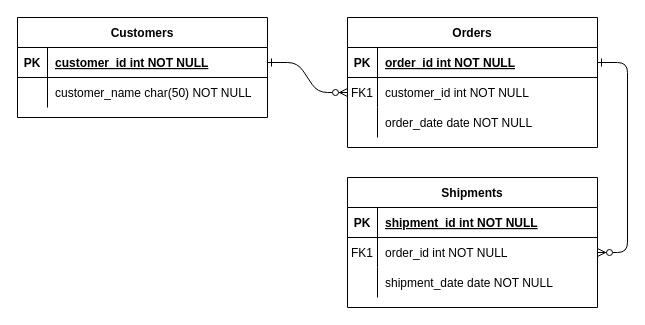
Adithya0604/CDBMS keeps this draw.io diagram as Untitled Diagram.drawio. Above is the earlier version. Source tidied: cells renumbered, new cells numbered last; positions are measured from the earlier drawing's top-left corner, leaving out a move shared by most shapes. Both pictures are drawn from the tidied source at 100%, with x=0, y=0 at pixel (17, 17).
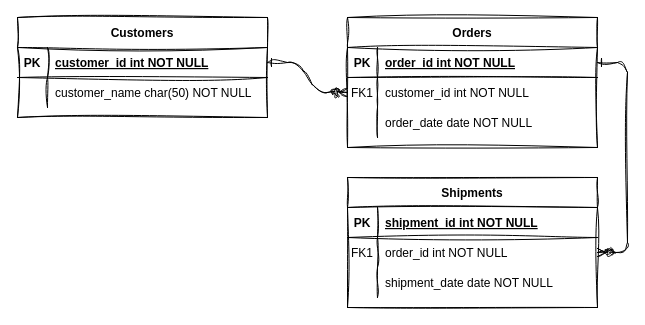
Above is the later version.

Change to the diagram source:
```diff
@@
-    <mxCell id="2" style="edgeStyle=entityRelationEdgeStyle;endArrow=ERzeroToMany;startArrow=ERone;endFill=1;startFill=0;" parent="1" edge="1" source="25" target="8">
+    <mxCell id="2" style="edgeStyle=entityRelationEdgeStyle;endArrow=ERzeroToMany;startArrow=ERone;endFill=1;startFill=0;sketch=1;curveFitting=1;jiggle=2;" parent="1" edge="1" source="25" target="8">
       <mxGeometry relative="1" as="geometry" />
     </mxCell>
-    <mxCell id="3" style="edgeStyle=entityRelationEdgeStyle;endArrow=ERzeroToMany;startArrow=ERone;endFill=1;startFill=0;" parent="1" edge="1" source="5" target="18">
+    <mxCell id="3" style="edgeStyle=entityRelationEdgeStyle;endArrow=ERzeroToMany;startArrow=ERone;endFill=1;startFill=0;sketch=1;curveFitting=1;jiggle=2;" parent="1" edge="1" source="5" target="18">
       <mxGeometry relative="1" as="geometry" />
     </mxCell>
-    <mxCell id="4" value="Orders" style="shape=table;startSize=30;childLayout=tableLayout;rowLines=0;fontStyle=1;align=center;" parent="1" vertex="1">
+    <mxCell id="4" value="Orders" style="shape=table;startSize=30;childLayout=tableLayout;rowLines=0;fontStyle=1;align=center;sketch=1;curveFitting=1;jiggle=2;" parent="1" vertex="1">
       <mxGeometry x="330" width="250" height="130" as="geometry" />
     </mxCell>
-    <mxCell id="5" style="shape=partialRectangle;fillColor=none;points=[[0,0.5],[1,0.5]];portConstraint=eastwest;top=0;left=0;right=0;bottom=1;" parent="4" vertex="1">
+    <mxCell id="5" style="shape=partialRectangle;fillColor=none;points=[[0,0.5],[1,0.5]];portConstraint=eastwest;top=0;left=0;right=0;bottom=1;sketch=1;curveFitting=1;jiggle=2;" parent="4" vertex="1">
       <mxGeometry y="30" width="250" height="30" as="geometry" />
     </mxCell>
-    <mxCell id="6" value="PK" style="shape=partialRectangle;overflow=hidden;fillColor=none;top=0;left=0;bottom=0;right=0;fontStyle=1;" parent="5" vertex="1">
+    <mxCell id="6" value="PK" style="shape=partialRectangle;overflow=hidden;fillColor=none;top=0;left=0;bottom=0;right=0;fontStyle=1;sketch=1;curveFitting=1;jiggle=2;" parent="5" vertex="1">
       <mxGeometry width="30" height="30" as="geometry" />
     </mxCell>
-    <mxCell id="7" value="order_id int NOT NULL " style="shape=partialRectangle;overflow=hidden;fillColor=none;top=0;left=0;bottom=0;right=0;align=left;spacingLeft=6;fontStyle=5;" parent="5" vertex="1">
+    <mxCell id="7" value="order_id int NOT NULL " style="shape=partialRectangle;overflow=hidden;fillColor=none;top=0;left=0;bottom=0;right=0;align=left;spacingLeft=6;fontStyle=5;sketch=1;curveFitting=1;jiggle=2;" parent="5" vertex="1">
       <mxGeometry x="30" width="220" height="30" as="geometry" />
     </mxCell>
-    <mxCell id="8" style="shape=partialRectangle;fillColor=none;points=[[0,0.5],[1,0.5]];portConstraint=eastwest;top=0;left=0;right=0;bottom=0;" parent="4" vertex="1">
+    <mxCell id="8" style="shape=partialRectangle;fillColor=none;points=[[0,0.5],[1,0.5]];portConstraint=eastwest;top=0;left=0;right=0;bottom=0;sketch=1;curveFitting=1;jiggle=2;" parent="4" vertex="1">
       <mxGeometry y="60" width="250" height="30" as="geometry" />
     </mxCell>
-    <mxCell id="9" value="FK1" style="shape=partialRectangle;overflow=hidden;fillColor=none;top=0;left=0;bottom=0;right=0;" parent="8" vertex="1">
+    <mxCell id="9" value="FK1" style="shape=partialRectangle;overflow=hidden;fillColor=none;top=0;left=0;bottom=0;right=0;sketch=1;curveFitting=1;jiggle=2;" parent="8" vertex="1">
       <mxGeometry width="30" height="30" as="geometry" />
     </mxCell>
-    <mxCell id="10" value="customer_id int NOT NULL" style="shape=partialRectangle;overflow=hidden;fillColor=none;top=0;left=0;bottom=0;right=0;align=left;spacingLeft=6;" parent="8" vertex="1">
+    <mxCell id="10" value="customer_id int NOT NULL" style="shape=partialRectangle;overflow=hidden;fillColor=none;top=0;left=0;bottom=0;right=0;align=left;spacingLeft=6;sketch=1;curveFitting=1;jiggle=2;" parent="8" vertex="1">
       <mxGeometry x="30" width="220" height="30" as="geometry" />
     </mxCell>
-    <mxCell id="11" style="shape=partialRectangle;fillColor=none;top=0;left=0;right=0;bottom=0;" parent="4" vertex="1">
+    <mxCell id="11" style="shape=partialRectangle;fillColor=none;top=0;left=0;right=0;bottom=0;sketch=1;curveFitting=1;jiggle=2;" parent="4" vertex="1">
       <mxGeometry y="90" width="250" height="30" as="geometry" />
     </mxCell>
-    <mxCell id="12" style="shape=partialRectangle;overflow=hidden;fillColor=none;top=0;left=0;bottom=0;right=0;" parent="11" vertex="1">
+    <mxCell id="12" style="shape=partialRectangle;overflow=hidden;fillColor=none;top=0;left=0;bottom=0;right=0;sketch=1;curveFitting=1;jiggle=2;" parent="11" vertex="1">
       <mxGeometry width="30" height="30" as="geometry" />
     </mxCell>
-    <mxCell id="13" value="order_date date NOT NULL" style="shape=partialRectangle;overflow=hidden;fillColor=none;top=0;left=0;bottom=0;right=0;align=left;spacingLeft=6;" parent="11" vertex="1">
+    <mxCell id="13" value="order_date date NOT NULL" style="shape=partialRectangle;overflow=hidden;fillColor=none;top=0;left=0;bottom=0;right=0;align=left;spacingLeft=6;sketch=1;curveFitting=1;jiggle=2;" parent="11" vertex="1">
       <mxGeometry x="30" width="220" height="30" as="geometry" />
     </mxCell>
-    <mxCell id="14" value="Shipments" style="shape=table;startSize=30;childLayout=tableLayout;rowLines=0;fontStyle=1;align=center;" parent="1" vertex="1">
+    <mxCell id="14" value="Shipments" style="shape=table;startSize=30;childLayout=tableLayout;rowLines=0;fontStyle=1;align=center;sketch=1;curveFitting=1;jiggle=2;" parent="1" vertex="1">
       <mxGeometry x="330" y="160" width="250" height="130" as="geometry" />
     </mxCell>
-    <mxCell id="15" style="shape=partialRectangle;fillColor=none;top=0;left=0;right=0;bottom=1;" parent="14" vertex="1">
+    <mxCell id="15" style="shape=partialRectangle;fillColor=none;top=0;left=0;right=0;bottom=1;sketch=1;curveFitting=1;jiggle=2;" parent="14" vertex="1">
       <mxGeometry y="30" width="250" height="30" as="geometry" />
     </mxCell>
-    <mxCell id="16" value="PK" style="shape=partialRectangle;overflow=hidden;fillColor=none;top=0;left=0;bottom=0;right=0;fontStyle=1;" parent="15" vertex="1">
+    <mxCell id="16" value="PK" style="shape=partialRectangle;overflow=hidden;fillColor=none;top=0;left=0;bottom=0;right=0;fontStyle=1;sketch=1;curveFitting=1;jiggle=2;" parent="15" vertex="1">
       <mxGeometry width="30" height="30" as="geometry" />
     </mxCell>
-    <mxCell id="17" value="shipment_id int NOT NULL " style="shape=partialRectangle;overflow=hidden;fillColor=none;top=0;left=0;bottom=0;right=0;align=left;spacingLeft=6;fontStyle=5;" parent="15" vertex="1">
+    <mxCell id="17" value="shipment_id int NOT NULL " style="shape=partialRectangle;overflow=hidden;fillColor=none;top=0;left=0;bottom=0;right=0;align=left;spacingLeft=6;fontStyle=5;sketch=1;curveFitting=1;jiggle=2;" parent="15" vertex="1">
       <mxGeometry x="30" width="220" height="30" as="geometry" />
     </mxCell>
-    <mxCell id="18" style="shape=partialRectangle;fillColor=none;points=[[0,0.5],[1,0.5]];portConstraint=eastwest;top=0;left=0;right=0;bottom=0;" parent="14" vertex="1">
+    <mxCell id="18" style="shape=partialRectangle;fillColor=none;points=[[0,0.5],[1,0.5]];portConstraint=eastwest;top=0;left=0;right=0;bottom=0;sketch=1;curveFitting=1;jiggle=2;" parent="14" vertex="1">
       <mxGeometry y="60" width="250" height="30" as="geometry" />
     </mxCell>
-    <mxCell id="19" value="FK1" style="shape=partialRectangle;overflow=hidden;fillColor=none;top=0;left=0;bottom=0;right=0;" parent="18" vertex="1">
+    <mxCell id="19" value="FK1" style="shape=partialRectangle;overflow=hidden;fillColor=none;top=0;left=0;bottom=0;right=0;sketch=1;curveFitting=1;jiggle=2;" parent="18" vertex="1">
       <mxGeometry width="30" height="30" as="geometry" />
     </mxCell>
-    <mxCell id="20" value="order_id int NOT NULL" style="shape=partialRectangle;overflow=hidden;fillColor=none;top=0;left=0;bottom=0;right=0;align=left;spacingLeft=6;" parent="18" vertex="1">
+    <mxCell id="20" value="order_id int NOT NULL" style="shape=partialRectangle;overflow=hidden;fillColor=none;top=0;left=0;bottom=0;right=0;align=left;spacingLeft=6;sketch=1;curveFitting=1;jiggle=2;" parent="18" vertex="1">
       <mxGeometry x="30" width="220" height="30" as="geometry" />
     </mxCell>
-    <mxCell id="21" style="shape=partialRectangle;fillColor=none;top=0;left=0;right=0;bottom=0;" parent="14" vertex="1">
+    <mxCell id="21" style="shape=partialRectangle;fillColor=none;top=0;left=0;right=0;bottom=0;sketch=1;curveFitting=1;jiggle=2;" parent="14" vertex="1">
       <mxGeometry y="90" width="250" height="30" as="geometry" />
     </mxCell>
-    <mxCell id="22" style="shape=partialRectangle;overflow=hidden;fillColor=none;top=0;left=0;bottom=0;right=0;" parent="21" vertex="1">
+    <mxCell id="22" style="shape=partialRectangle;overflow=hidden;fillColor=none;top=0;left=0;bottom=0;right=0;sketch=1;curveFitting=1;jiggle=2;" parent="21" vertex="1">
       <mxGeometry width="30" height="30" as="geometry" />
     </mxCell>
-    <mxCell id="23" value="shipment_date date NOT NULL" style="shape=partialRectangle;overflow=hidden;fillColor=none;top=0;left=0;bottom=0;right=0;align=left;spacingLeft=6;" parent="21" vertex="1">
+    <mxCell id="23" value="shipment_date date NOT NULL" style="shape=partialRectangle;overflow=hidden;fillColor=none;top=0;left=0;bottom=0;right=0;align=left;spacingLeft=6;sketch=1;curveFitting=1;jiggle=2;" parent="21" vertex="1">
       <mxGeometry x="30" width="220" height="30" as="geometry" />
     </mxCell>
-    <mxCell id="24" value="Customers" style="shape=table;startSize=30;childLayout=tableLayout;rowLines=0;fontStyle=1;align=center;" parent="1" vertex="1">
+    <mxCell id="24" value="Customers" style="shape=table;startSize=30;childLayout=tableLayout;rowLines=0;fontStyle=1;align=center;sketch=1;curveFitting=1;jiggle=2;" parent="1" vertex="1">
       <mxGeometry width="250" height="100" as="geometry" />
     </mxCell>
-    <mxCell id="25" style="shape=partialRectangle;fillColor=none;points=[[0,0.5],[1,0.5]];portConstraint=eastwest;top=0;left=0;right=0;bottom=1;" parent="24" vertex="1">
+    <mxCell id="25" style="shape=partialRectangle;fillColor=none;points=[[0,0.5],[1,0.5]];portConstraint=eastwest;top=0;left=0;right=0;bottom=1;sketch=1;curveFitting=1;jiggle=2;" parent="24" vertex="1">
       <mxGeometry y="30" width="250" height="30" as="geometry" />
     </mxCell>
-    <mxCell id="26" value="PK" style="shape=partialRectangle;overflow=hidden;fillColor=none;top=0;left=0;bottom=0;right=0;fontStyle=1;" parent="25" vertex="1">
+    <mxCell id="26" value="PK" style="shape=partialRectangle;overflow=hidden;fillColor=none;top=0;left=0;bottom=0;right=0;fontStyle=1;sketch=1;curveFitting=1;jiggle=2;" parent="25" vertex="1">
       <mxGeometry width="30" height="30" as="geometry" />
     </mxCell>
-    <mxCell id="27" value="customer_id int NOT NULL " style="shape=partialRectangle;overflow=hidden;fillColor=none;top=0;left=0;bottom=0;right=0;align=left;spacingLeft=6;fontStyle=5;" parent="25" vertex="1">
+    <mxCell id="27" value="customer_id int NOT NULL " style="shape=partialRectangle;overflow=hidden;fillColor=none;top=0;left=0;bottom=0;right=0;align=left;spacingLeft=6;fontStyle=5;sketch=1;curveFitting=1;jiggle=2;" parent="25" vertex="1">
       <mxGeometry x="30" width="220" height="30" as="geometry" />
     </mxCell>
-    <mxCell id="28" style="shape=partialRectangle;fillColor=none;top=0;left=0;right=0;bottom=0;" parent="24" vertex="1">
+    <mxCell id="28" style="shape=partialRectangle;fillColor=none;top=0;left=0;right=0;bottom=0;sketch=1;curveFitting=1;jiggle=2;" parent="24" vertex="1">
       <mxGeometry y="60" width="250" height="30" as="geometry" />
     </mxCell>
-    <mxCell id="29" style="shape=partialRectangle;overflow=hidden;fillColor=none;top=0;left=0;bottom=0;right=0;" parent="28" vertex="1">
+    <mxCell id="29" style="shape=partialRectangle;overflow=hidden;fillColor=none;top=0;left=0;bottom=0;right=0;sketch=1;curveFitting=1;jiggle=2;" parent="28" vertex="1">
       <mxGeometry width="30" height="30" as="geometry" />
     </mxCell>
-    <mxCell id="30" value="customer_name char(50) NOT NULL" style="shape=partialRectangle;overflow=hidden;fillColor=none;top=0;left=0;bottom=0;right=0;align=left;spacingLeft=6;" parent="28" vertex="1">
+    <mxCell id="30" value="customer_name char(50) NOT NULL" style="shape=partialRectangle;overflow=hidden;fillColor=none;top=0;left=0;bottom=0;right=0;align=left;spacingLeft=6;sketch=1;curveFitting=1;jiggle=2;" parent="28" vertex="1">
       <mxGeometry x="30" width="220" height="30" as="geometry" />
     </mxCell>
```
